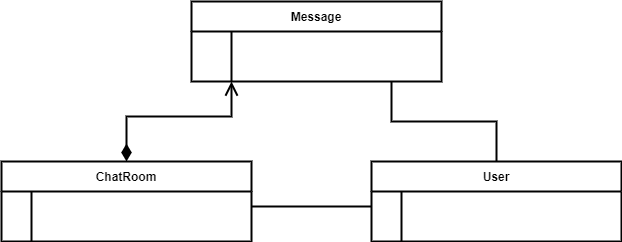
The draw.io diagram lab/img/lab1_objects_diagram.png in Aikmiros/Dotnet-labs, before a commit. Source tidied: cells renumbered, new cells last; positions are measured from the earlier drawing's top-left corner, leaving out a move shared by most shapes.
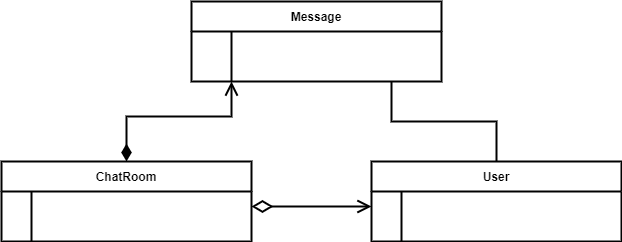
Above is the later version.

Commit message:
changed obj_diagram finally

Diff of the diagram source:
```diff
@@ -48,7 +48,7 @@
     <mxCell id="15" style="shape=partialRectangle;overflow=hidden;fillColor=none;top=0;left=0;bottom=0;right=0;align=left;spacingLeft=6;" parent="13" vertex="1">
       <mxGeometry x="30" width="220" height="30" as="geometry" />
     </mxCell>
-    <mxCell id="16" style="edgeStyle=orthogonalEdgeStyle;rounded=0;jettySize=auto;html=1;entryX=0;entryY=0.5;entryDx=0;entryDy=0;strokeWidth=2;startArrow=none;startFill=0;startSize=10;endArrow=none;endFill=0;endSize=10;" parent="1" edge="1" source="13" target="8">
+    <mxCell id="16" style="edgeStyle=orthogonalEdgeStyle;rounded=0;jettySize=auto;html=1;entryX=0;entryY=0.5;entryDx=0;entryDy=0;strokeWidth=2;startArrow=diamondThin;startFill=0;startSize=16;endArrow=open;endFill=0;endSize=10;" parent="1" edge="1" source="13" target="8">
       <mxGeometry relative="1" as="geometry" />
     </mxCell>
   </root>
```
